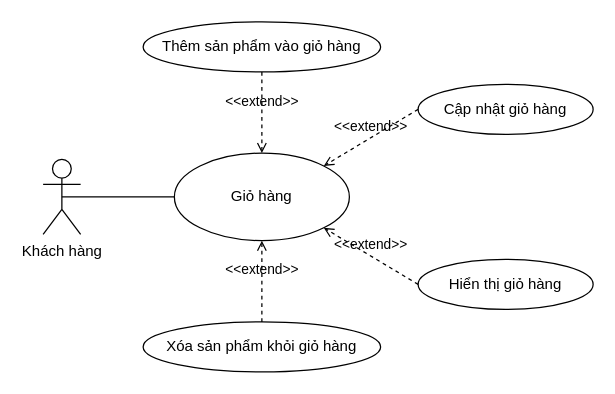
Earlier version of the draw.io diagram UC/UC_GIOHANG.drawio (hieuNV0871/da). Source tidied: cells renumbered, new cells numbered last; positions are measured from the earlier drawing's top-left corner, leaving out a move shared by most shapes. Both pictures are drawn from the tidied source at 125%, with x=0, y=0 at pixel (42, 21).
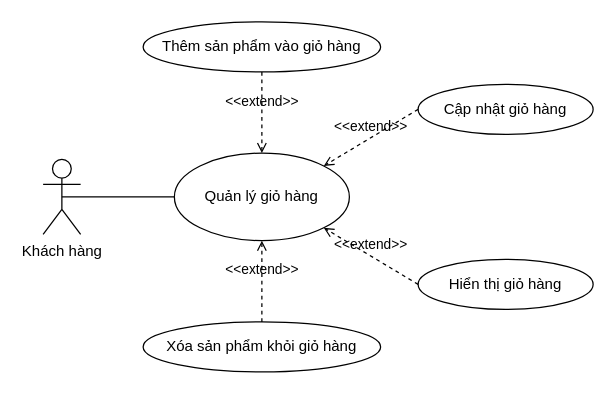
The same diagram, later.

The edit, as a diff of the source:
```diff
@@
 <mxGraphModel>
   <root>
     <mxCell id="0" />
     <mxCell id="1" parent="0" />
     <mxCell id="2" value="Khách hàng" style="shape=umlActor;verticalLabelPosition=bottom;verticalAlign=top;html=1;" parent="1" vertex="1">
       <mxGeometry y="110" width="30" height="60" as="geometry" />
     </mxCell>
-    <mxCell id="3" value="Giỏ hàng" style="ellipse;whiteSpace=wrap;html=1;" parent="1" vertex="1">
+    <mxCell id="3" value="Quản lý giỏ hàng" style="ellipse;whiteSpace=wrap;html=1;" parent="1" vertex="1">
       <mxGeometry x="105" y="105" width="140" height="70" as="geometry" />
     </mxCell>
     <mxCell id="4" value="Thêm sản phẩm vào giỏ hàng" style="ellipse;whiteSpace=wrap;html=1;" parent="1" vertex="1">
       <mxGeometry x="80" width="190" height="40" as="geometry" />
     </mxCell>
     <mxCell id="5" value="Hiển thị giỏ hàng" style="ellipse;whiteSpace=wrap;html=1;" parent="1" vertex="1">
       <mxGeometry x="300" y="190" width="140" height="40" as="geometry" />
     </mxCell>
     <mxCell id="6" value="Cập nhật giỏ hàng" style="ellipse;whiteSpace=wrap;html=1;" parent="1" vertex="1">
       <mxGeometry x="300" y="50" width="140" height="40" as="geometry" />
     </mxCell>
     <mxCell id="7" value="&amp;lt;&amp;lt;extend&amp;gt;&amp;gt;" style="html=1;verticalAlign=bottom;labelBackgroundColor=none;endArrow=open;endFill=0;dashed=1;rounded=0;entryX=0.5;entryY=0;entryDx=0;entryDy=0;exitX=0.5;exitY=1;exitDx=0;exitDy=0;" parent="1" edge="1" source="4" target="3">
       <mxGeometry relative="1" as="geometry" />
     </mxCell>
     <mxCell id="8" value="&amp;lt;&amp;lt;extend&amp;gt;&amp;gt;" style="html=1;verticalAlign=bottom;labelBackgroundColor=none;endArrow=open;endFill=0;dashed=1;rounded=0;entryX=1;entryY=0;entryDx=0;entryDy=0;exitX=0;exitY=0.5;exitDx=0;exitDy=0;" parent="1" edge="1" source="6" target="3">
       <mxGeometry relative="1" as="geometry" />
     </mxCell>
     <mxCell id="9" value="&amp;lt;&amp;lt;extend&amp;gt;&amp;gt;" style="html=1;verticalAlign=bottom;labelBackgroundColor=none;endArrow=open;endFill=0;dashed=1;rounded=0;entryX=1;entryY=1;entryDx=0;entryDy=0;exitX=0;exitY=0.5;exitDx=0;exitDy=0;" parent="1" edge="1" source="5" target="3">
       <mxGeometry relative="1" as="geometry" />
     </mxCell>
     <mxCell id="10" style="endArrow=none;html=1;rounded=0;exitX=0.5;exitY=0.5;exitDx=0;exitDy=0;exitPerimeter=0;entryX=0;entryY=0.5;entryDx=0;entryDy=0;" parent="1" edge="1" source="2" target="3">
       <mxGeometry relative="1" as="geometry" />
     </mxCell>
     <mxCell id="11" value="Xóa sản phẩm khỏi giỏ hàng" style="ellipse;whiteSpace=wrap;html=1;" parent="1" vertex="1">
       <mxGeometry x="80" y="240" width="190" height="40" as="geometry" />
     </mxCell>
     <mxCell id="12" value="&amp;lt;&amp;lt;extend&amp;gt;&amp;gt;" style="html=1;verticalAlign=bottom;labelBackgroundColor=none;endArrow=open;endFill=0;dashed=1;rounded=0;entryX=0.5;entryY=1;entryDx=0;entryDy=0;exitX=0.5;exitY=0;exitDx=0;exitDy=0;" parent="1" edge="1" source="11" target="3">
       <mxGeometry relative="1" as="geometry" />
     </mxCell>
   </root>
 </mxGraphModel>
```
